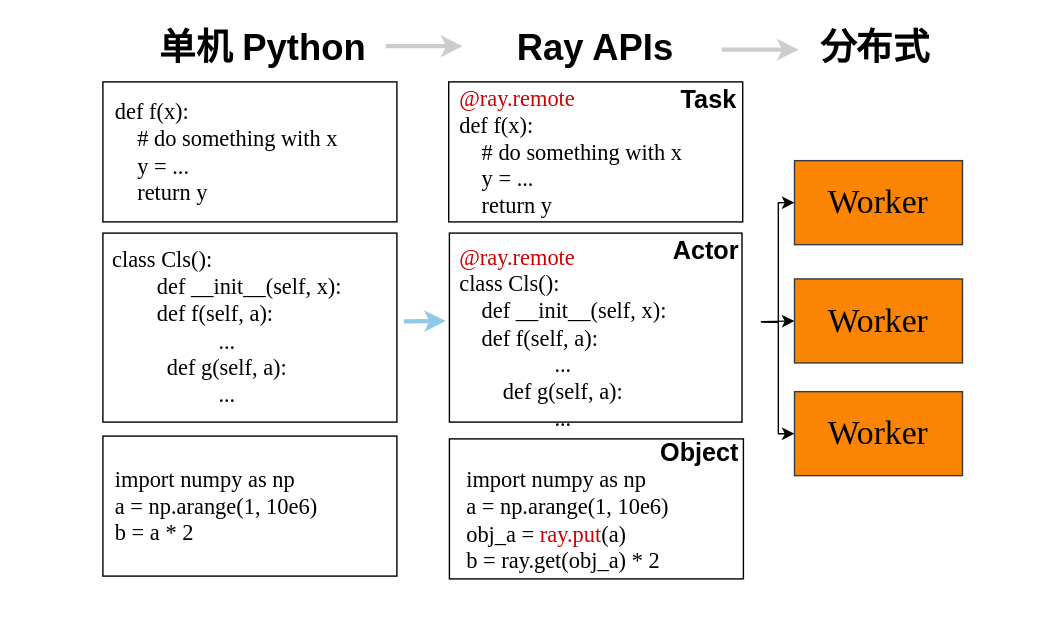
godaai/scale-py keeps this draw.io diagram as img/ch-ray-core/ray-apis.svg. Above is the earlier version. Source tidied: cells renumbered, new cells last; positions are measured from the earlier drawing's top-left corner, leaving out a move shared by most shapes.
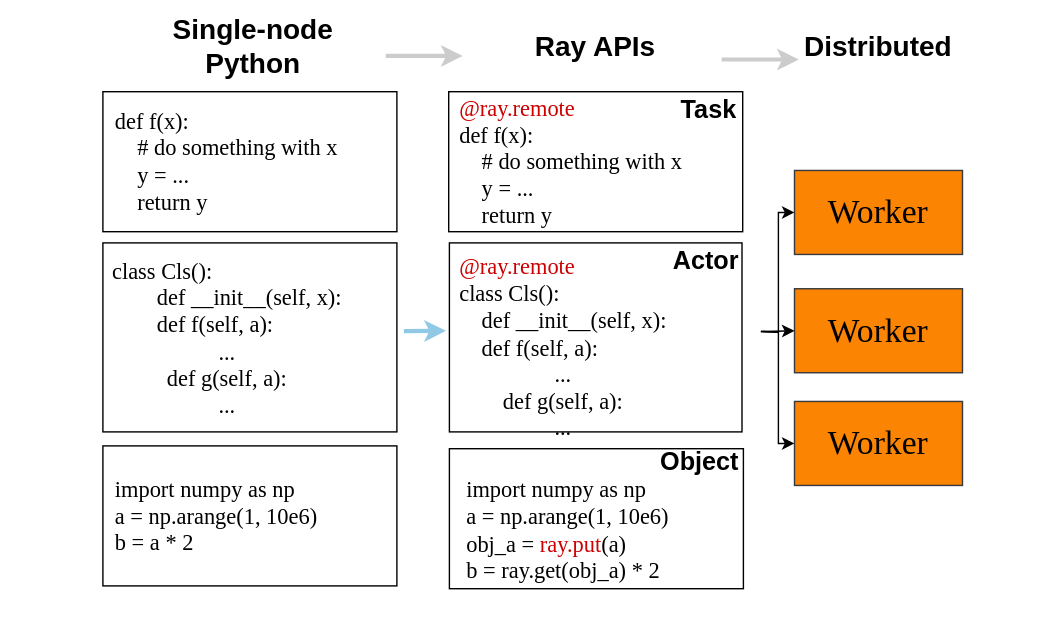
Later version of the same file.

What changed in the source:
```diff
@@ -12,13 +12,13 @@
       <mxGeometry x="73" y="166" width="210" height="135" as="geometry" />
     </mxCell>
     <mxCell id="5" style="rounded=0;whiteSpace=wrap;html=1;strokeColor=none;fillColor=none;" parent="1" vertex="1">
-      <mxGeometry width="750" height="450" as="geometry" />
+      <mxGeometry y="-7" width="750" height="450" as="geometry" />
     </mxCell>
-    <mxCell id="6" value="&lt;font face=&quot;Helvetica&quot; style=&quot;font-size: 26px;&quot;&gt;&lt;b style=&quot;&quot;&gt;单机 Python&lt;/b&gt;&lt;/font&gt;" style="text;html=1;strokeColor=none;fillColor=none;align=center;verticalAlign=middle;whiteSpace=wrap;rounded=0;" parent="1" vertex="1">
-      <mxGeometry x="98.5" y="19" width="179" height="30" as="geometry" />
+    <mxCell id="6" value="&lt;font face=&quot;Helvetica&quot; style=&quot;font-size: 20px;&quot;&gt;&lt;b style=&quot;font-size: 20px;&quot;&gt;Single-node Python&lt;/b&gt;&lt;/font&gt;" style="text;html=1;strokeColor=none;fillColor=none;align=center;verticalAlign=middle;whiteSpace=wrap;rounded=0;fontSize=20;" parent="1" vertex="1">
+      <mxGeometry x="90.5" y="10" width="179" height="30" as="geometry" />
     </mxCell>
-    <mxCell id="7" value="&lt;font face=&quot;Helvetica&quot; style=&quot;font-size: 26px;&quot;&gt;&lt;b style=&quot;&quot;&gt;Ray APIs&lt;/b&gt;&lt;/font&gt;" style="text;html=1;strokeColor=none;fillColor=none;align=center;verticalAlign=middle;whiteSpace=wrap;rounded=0;" parent="1" vertex="1">
-      <mxGeometry x="357" y="19" width="136" height="30" as="geometry" />
+    <mxCell id="7" value="&lt;font face=&quot;Helvetica&quot; style=&quot;font-size: 20px;&quot;&gt;&lt;b style=&quot;font-size: 20px;&quot;&gt;Ray APIs&lt;/b&gt;&lt;/font&gt;" style="text;html=1;strokeColor=none;fillColor=none;align=center;verticalAlign=middle;whiteSpace=wrap;rounded=0;fontSize=20;" parent="1" vertex="1">
+      <mxGeometry x="357" y="10" width="136" height="30" as="geometry" />
     </mxCell>
     <mxCell id="8" value="&lt;font face=&quot;Garamond&quot; style=&quot;font-size: 16px;&quot;&gt;def f(x):&lt;br style=&quot;border-color: var(--border-color);&quot;&gt;&lt;span style=&quot;border-color: var(--border-color);&quot;&gt;&lt;span style=&quot;white-space: pre;&quot;&gt;&amp;nbsp;&amp;nbsp;&amp;nbsp;&amp;nbsp;&lt;/span&gt;&lt;/span&gt;# do something with x&lt;br style=&quot;border-color: var(--border-color);&quot;&gt;&lt;span style=&quot;border-color: var(--border-color);&quot;&gt;&lt;span style=&quot;white-space: pre;&quot;&gt;&amp;nbsp;&amp;nbsp;&amp;nbsp;&amp;nbsp;&lt;/span&gt;&lt;/span&gt;y = ...&lt;br style=&quot;border-color: var(--border-color);&quot;&gt;&lt;span style=&quot;border-color: var(--border-color);&quot;&gt;&lt;span style=&quot;white-space: pre;&quot;&gt;&amp;nbsp;&amp;nbsp;&amp;nbsp;&amp;nbsp;&lt;/span&gt;&lt;/span&gt;return y&lt;/font&gt;" style="text;html=1;strokeColor=none;fillColor=none;align=left;verticalAlign=middle;whiteSpace=wrap;rounded=0;" parent="1" vertex="1">
       <mxGeometry x="80" y="60.5" width="200" height="95" as="geometry" />
@@ -47,9 +47,6 @@
     <mxCell id="16" value="&lt;font style=&quot;font-size: 16px;&quot;&gt;&lt;font face=&quot;Garamond&quot;&gt;&lt;font style=&quot;font-size: 16px;&quot;&gt;import numpy as np&lt;/font&gt;&lt;br&gt;a = np.arange(1, 10e6)&lt;br&gt;obj_a = &lt;font color=&quot;#cc0000&quot;&gt;ray.put&lt;/font&gt;(a)&lt;br&gt;b = ray.get(obj_a) * 2&lt;/font&gt;&lt;br&gt;&lt;/font&gt;" style="text;html=1;strokeColor=none;fillColor=none;align=left;verticalAlign=middle;whiteSpace=wrap;rounded=0;" parent="1" vertex="1">
       <mxGeometry x="330.5" y="323" width="200" height="95" as="geometry" />
     </mxCell>
-    <mxCell id="17" value="&lt;font style=&quot;font-size: 26px;&quot;&gt;&lt;b&gt;分布式&lt;/b&gt;&lt;/font&gt;" style="text;html=1;strokeColor=none;fillColor=none;align=center;verticalAlign=middle;whiteSpace=wrap;rounded=0;" parent="1" vertex="1">
-      <mxGeometry x="567" y="16.5" width="115" height="35" as="geometry" />
-    </mxCell>
     <mxCell id="18" style="endArrow=classic;html=1;rounded=0;strokeWidth=3;strokeColor=#CCCCCC;" parent="1" edge="1">
       <mxGeometry relative="1" as="geometry">
         <mxPoint x="275" y="32.5" as="sourcePoint" />
@@ -101,5 +98,8 @@
     <mxCell id="29" value="&lt;span style=&quot;font-size: 18px;&quot;&gt;&lt;font face=&quot;Helvetica&quot;&gt;&lt;b&gt;Object&lt;/b&gt;&lt;/font&gt;&lt;br&gt;&lt;/span&gt;" style="text;html=1;strokeColor=none;fillColor=none;align=center;verticalAlign=middle;whiteSpace=wrap;rounded=0;" parent="1" vertex="1">
       <mxGeometry x="445" y="306" width="108.5" height="33.2" as="geometry" />
     </mxCell>
+    <mxCell id="30" value="&lt;span style=&quot;font-size: 20px;&quot;&gt;&lt;b style=&quot;font-size: 20px;&quot;&gt;Distributed&lt;/b&gt;&lt;/span&gt;" style="text;html=1;strokeColor=none;fillColor=none;align=center;verticalAlign=middle;whiteSpace=wrap;rounded=0;fontSize=20;" parent="1" vertex="1">
+      <mxGeometry x="559" y="10" width="136" height="30" as="geometry" />
+    </mxCell>
   </root>
 </mxGraphModel>
```
